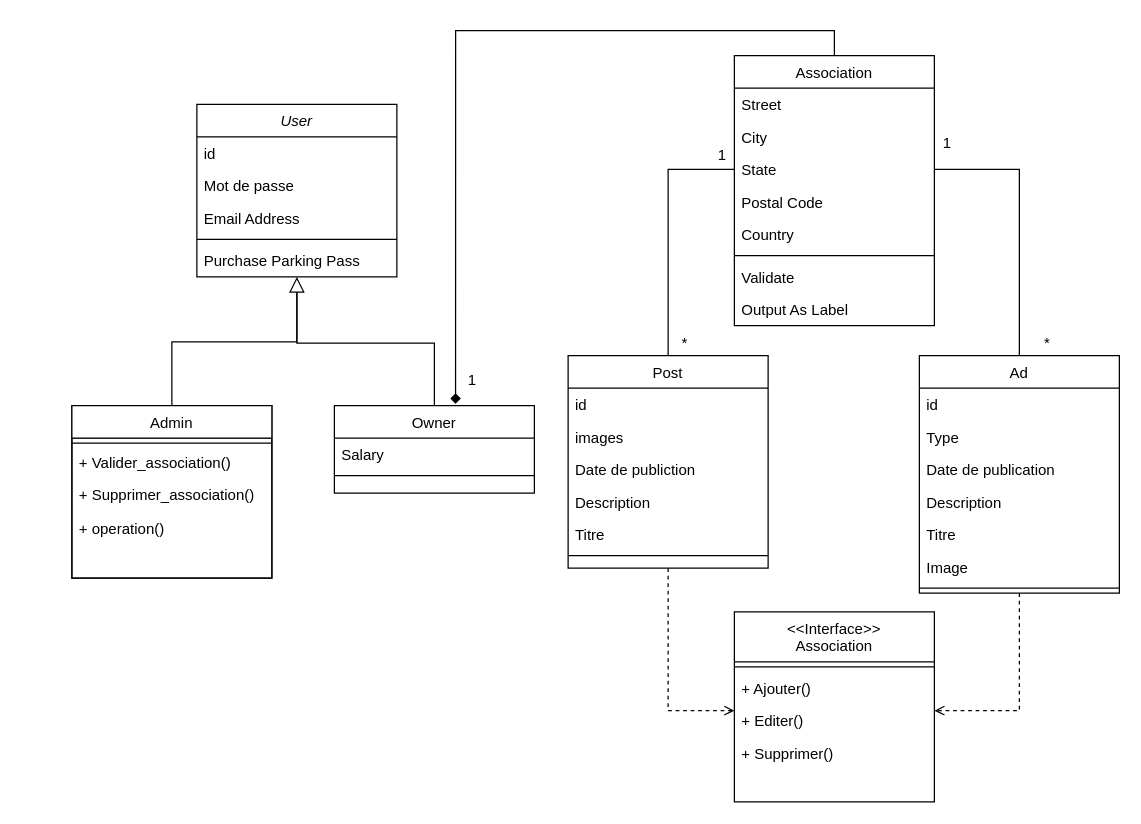
The draw.io diagram uploads/MCD.drawio in nourelhouda-taroudi/Maroc-Benevolat-Backend, before the edit. Source tidied: cells renumbered, new cells numbered last; positions are measured from the earlier drawing's top-left corner, leaving out a move shared by most shapes. Both pictures are drawn from the tidied source at 125%, with x=0, y=0 at pixel (71, 55).
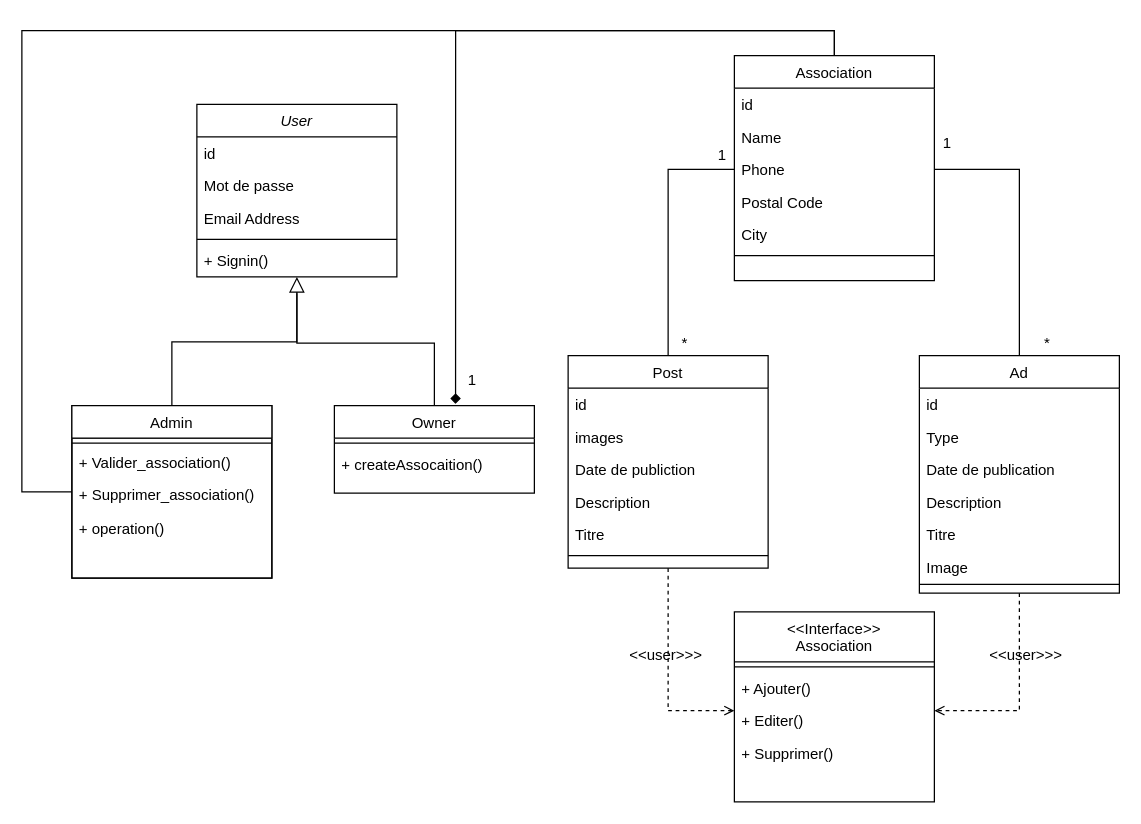
The same diagram, later.

The change refers to these unchanged cells:
```xml
<mxCell id="5" value="Owner" style="swimlane;fontStyle=0;align=center;verticalAlign=top;horizontal=1;startSize=26;rounded=0;shadow=0;strokeWidth=1;" parent="1" vertex="1">
  <mxGeometry x="210" y="280" width="160" height="70" as="geometry" />
</mxCell>
<mxCell id="8" value="User" style="swimlane;fontStyle=2;align=center;verticalAlign=top;horizontal=1;startSize=26;rounded=0;shadow=0;strokeWidth=1;" parent="1" vertex="1">
  <mxGeometry x="100" y="39" width="160" height="138" as="geometry" />
</mxCell>
<mxCell id="14" value="Admin" style="swimlane;fontStyle=0;align=center;verticalAlign=top;horizontal=1;startSize=26;rounded=0;shadow=0;strokeWidth=1;" parent="1" vertex="1">
  <mxGeometry y="280" width="160" height="138" as="geometry" />
</mxCell>
<mxCell id="38" value="Ad" style="swimlane;fontStyle=0;align=center;verticalAlign=top;horizontal=1;startSize=26;rounded=0;shadow=0;strokeWidth=1;" parent="1" vertex="1">
  <mxGeometry x="678" y="240" width="160" height="190" as="geometry" />
</mxCell>
```

Diff of the diagram source:
```diff
@@
-    <mxCell id="6" value="Salary" style="text;align=left;verticalAlign=top;spacingLeft=4;spacingRight=4;overflow=hidden;" parent="5" vertex="1">
-      <mxGeometry y="26" width="160" height="26" as="geometry" />
-    </mxCell>
     <mxCell id="7" style="line;html=1;strokeWidth=1;align=left;verticalAlign=middle;spacingTop=-1;spacingLeft=3;spacingRight=3;labelPosition=right;" parent="5" vertex="1">
-      <mxGeometry y="52" width="160" height="8" as="geometry" />
+      <mxGeometry y="26" width="160" height="8" as="geometry" />
     </mxCell>
+    <mxCell id="58" value="+ createAssocaition()" style="text;align=left;verticalAlign=top;spacingLeft=4;spacingRight=4;overflow=hidden;" parent="5" vertex="1">
+      <mxGeometry y="34" width="160" height="26" as="geometry" />
+    </mxCell>
@@
-    <mxCell id="13" value="Purchase Parking Pass" style="text;align=left;verticalAlign=top;spacingLeft=4;spacingRight=4;overflow=hidden;" parent="8" vertex="1">
+    <mxCell id="13" value="+ Signin()" style="text;align=left;verticalAlign=top;spacingLeft=4;spacingRight=4;overflow=hidden;" parent="8" vertex="1">
       <mxGeometry y="112" width="160" height="26" as="geometry" />
     </mxCell>
+    <mxCell id="59" style="edgeStyle=orthogonalEdgeStyle;rounded=0;jettySize=auto;html=1;entryX=0.5;entryY=0;entryDx=0;entryDy=0;endArrow=none;endFill=0;" parent="1" edge="1" source="14" target="17">
+      <mxGeometry relative="1" as="geometry">
+        <Array as="points">
+          <mxPoint x="-40" y="349" />
+          <mxPoint x="-40" y="-20" />
+          <mxPoint x="610" y="-20" />
+        </Array>
+      </mxGeometry>
+    </mxCell>
@@
     <mxCell id="17" value="Association" style="swimlane;fontStyle=0;align=center;verticalAlign=top;horizontal=1;startSize=26;rounded=0;shadow=0;strokeWidth=1;" parent="1" vertex="1">
-      <mxGeometry x="530" width="160" height="216" as="geometry" />
+      <mxGeometry x="530" width="160" height="180" as="geometry" />
     </mxCell>
-    <mxCell id="18" value="Street" style="text;align=left;verticalAlign=top;spacingLeft=4;spacingRight=4;overflow=hidden;" parent="17" vertex="1">
+    <mxCell id="18" value="id" style="text;align=left;verticalAlign=top;spacingLeft=4;spacingRight=4;overflow=hidden;" parent="17" vertex="1">
       <mxGeometry y="26" width="160" height="26" as="geometry" />
     </mxCell>
-    <mxCell id="19" value="City" style="text;align=left;verticalAlign=top;spacingLeft=4;spacingRight=4;overflow=hidden;rounded=0;shadow=0;html=0;" parent="17" vertex="1">
+    <mxCell id="19" value="Name" style="text;align=left;verticalAlign=top;spacingLeft=4;spacingRight=4;overflow=hidden;rounded=0;shadow=0;html=0;" parent="17" vertex="1">
       <mxGeometry y="52" width="160" height="26" as="geometry" />
     </mxCell>
-    <mxCell id="20" value="State" style="text;align=left;verticalAlign=top;spacingLeft=4;spacingRight=4;overflow=hidden;points=[[0,0.5],[1,0.5]];portConstraint=eastwest;rounded=0;shadow=0;html=0;" parent="17" vertex="1">
+    <mxCell id="20" value="Phone" style="text;align=left;verticalAlign=top;spacingLeft=4;spacingRight=4;overflow=hidden;points=[[0,0.5],[1,0.5]];portConstraint=eastwest;rounded=0;shadow=0;html=0;" parent="17" vertex="1">
       <mxGeometry y="78" width="160" height="26" as="geometry" />
     </mxCell>
@@
-    <mxCell id="22" value="Country" style="text;align=left;verticalAlign=top;spacingLeft=4;spacingRight=4;overflow=hidden;rounded=0;shadow=0;html=0;" parent="17" vertex="1">
+    <mxCell id="22" value="City" style="text;align=left;verticalAlign=top;spacingLeft=4;spacingRight=4;overflow=hidden;rounded=0;shadow=0;html=0;" parent="17" vertex="1">
       <mxGeometry y="130" width="160" height="26" as="geometry" />
     </mxCell>
@@
-    <mxCell id="24" value="Validate" style="text;align=left;verticalAlign=top;spacingLeft=4;spacingRight=4;overflow=hidden;" parent="17" vertex="1">
-      <mxGeometry y="164" width="160" height="26" as="geometry" />
-    </mxCell>
-    <mxCell id="25" value="Output As Label" style="text;align=left;verticalAlign=top;spacingLeft=4;spacingRight=4;overflow=hidden;" parent="17" vertex="1">
-      <mxGeometry y="190" width="160" height="26" as="geometry" />
-    </mxCell>
@@
     <mxCell id="45" style="line;html=1;strokeWidth=1;align=left;verticalAlign=middle;spacingTop=-1;spacingLeft=3;spacingRight=3;labelPosition=right;" parent="38" vertex="1">
-      <mxGeometry y="182" width="160" height="8" as="geometry" />
+      <mxGeometry y="182" width="160" height="2" as="geometry" />
     </mxCell>
@@
+    <mxCell id="60" value="&amp;lt;&amp;lt;user&amp;gt;&amp;gt;&amp;gt;" style="text;html=1;align=center;verticalAlign=middle;strokeColor=none;fillColor=none;" parent="1" vertex="1">
+      <mxGeometry x="728" y="470" width="70" height="20" as="geometry" />
+    </mxCell>
+    <mxCell id="61" value="&amp;lt;&amp;lt;user&amp;gt;&amp;gt;&amp;gt;" style="text;html=1;align=center;verticalAlign=middle;strokeColor=none;fillColor=none;" parent="1" vertex="1">
+      <mxGeometry x="440" y="470" width="70" height="20" as="geometry" />
+    </mxCell>
```
